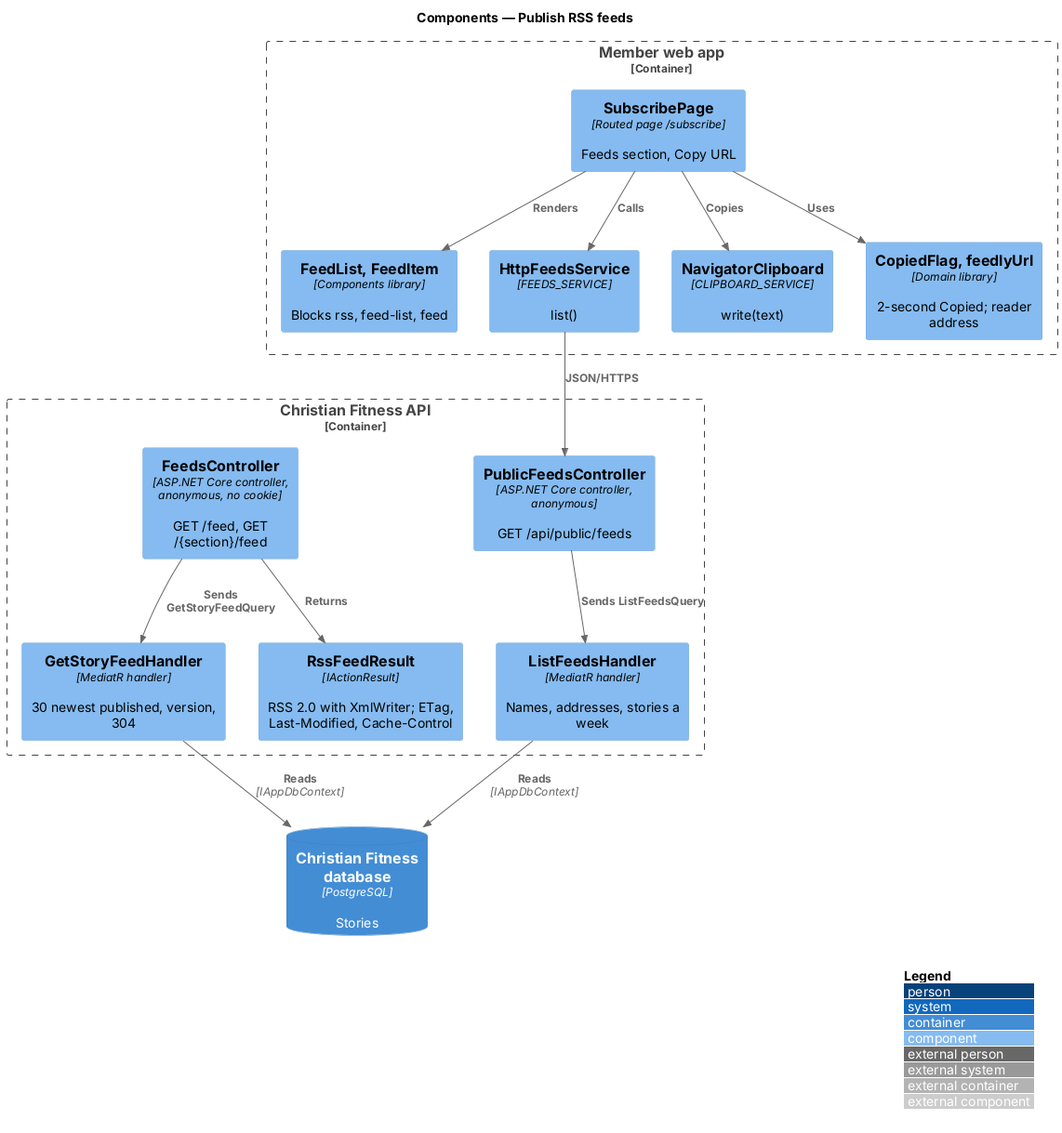
QuinntyneBrown/christian-fitness keeps this PlantUML diagram as docs/detailed-designs/news/publish-rss-feeds/diagrams/c4-component.png. Above is the earlier version. The source it was exported from:
```plantuml
@startuml
!include <C4/C4_Component>
LAYOUT_WITH_LEGEND()
title Components — Publish RSS feeds

Container_Boundary(web, "Member web app") {
  Component(page, "SubscribePage", "Routed page /subscribe", "Feeds section, Copy URL")
  Component(list, "FeedList, FeedItem", "Components library", "Blocks rss, feed-list, feed")
  Component(fc, "HttpFeedsService", "FEEDS_SERVICE", "list()")
  Component(clip, "NavigatorClipboard", "CLIPBOARD_SERVICE", "write(text)")
  Component(flag, "CopiedFlag, feedlyUrl", "Domain library", "2-second Copied; reader address")
}
Container_Boundary(api, "Christian Fitness API") {
  Component(feeds, "FeedsController", "ASP.NET Core controller, anonymous, no cookie", "GET /feed, GET /{section}/feed")
  Component(pub, "PublicFeedsController", "ASP.NET Core controller, anonymous", "GET /api/public/feeds")
  Component(q, "GetStoryFeedHandler", "MediatR handler", "30 newest published, version, 304")
  Component(lq, "ListFeedsHandler", "MediatR handler", "Names, addresses, stories a week")
  Component(w, "RssFeedResult", "IActionResult", "RSS 2.0 with XmlWriter; ETag, Last-Modified, Cache-Control")
}
ContainerDb(db, "Christian Fitness database", "PostgreSQL", "Stories")
Rel(page, fc, "Calls")
Rel(page, list, "Renders")
Rel(page, clip, "Copies")
Rel(page, flag, "Uses")
Rel(fc, pub, "JSON/HTTPS")
Rel(pub, lq, "Sends ListFeedsQuery")
Rel(feeds, q, "Sends GetStoryFeedQuery")
Rel(feeds, w, "Returns")
Rel(q, db, "Reads", "IAppDbContext")
Rel(lq, db, "Reads", "IAppDbContext")
@enduml
```
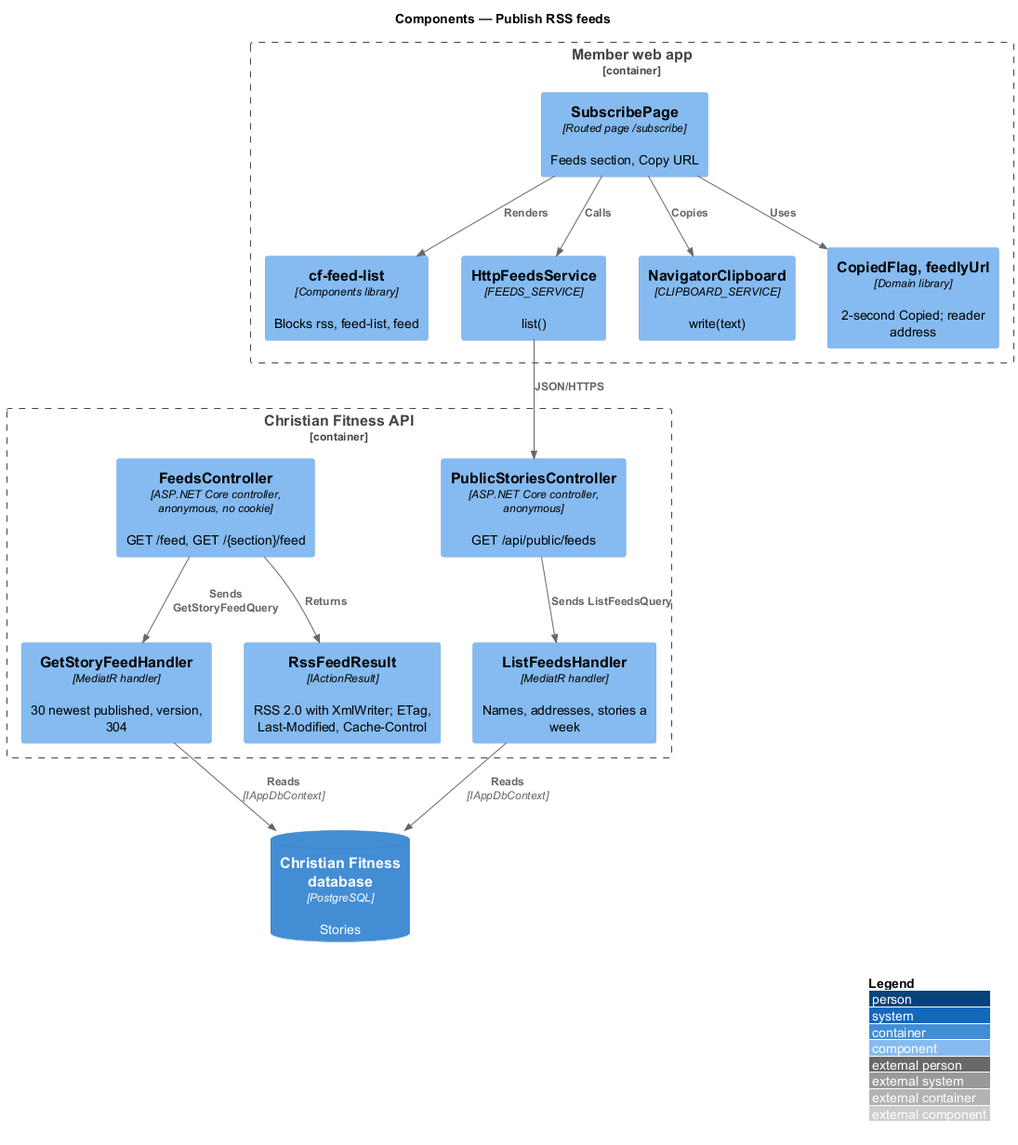
The same diagram one commit later.

Change to the diagram source:
```diff
@@ -5,14 +5,14 @@
 
 Container_Boundary(web, "Member web app") {
   Component(page, "SubscribePage", "Routed page /subscribe", "Feeds section, Copy URL")
-  Component(list, "FeedList, FeedItem", "Components library", "Blocks rss, feed-list, feed")
+  Component(list, "cf-feed-list", "Components library", "Blocks rss, feed-list, feed")
   Component(fc, "HttpFeedsService", "FEEDS_SERVICE", "list()")
   Component(clip, "NavigatorClipboard", "CLIPBOARD_SERVICE", "write(text)")
   Component(flag, "CopiedFlag, feedlyUrl", "Domain library", "2-second Copied; reader address")
 }
 Container_Boundary(api, "Christian Fitness API") {
   Component(feeds, "FeedsController", "ASP.NET Core controller, anonymous, no cookie", "GET /feed, GET /{section}/feed")
-  Component(pub, "PublicFeedsController", "ASP.NET Core controller, anonymous", "GET /api/public/feeds")
+  Component(pub, "PublicStoriesController", "ASP.NET Core controller, anonymous", "GET /api/public/feeds")
   Component(q, "GetStoryFeedHandler", "MediatR handler", "30 newest published, version, 304")
   Component(lq, "ListFeedsHandler", "MediatR handler", "Names, addresses, stories a week")
   Component(w, "RssFeedResult", "IActionResult", "RSS 2.0 with XmlWriter; ETag, Last-Modified, Cache-Control")
```
